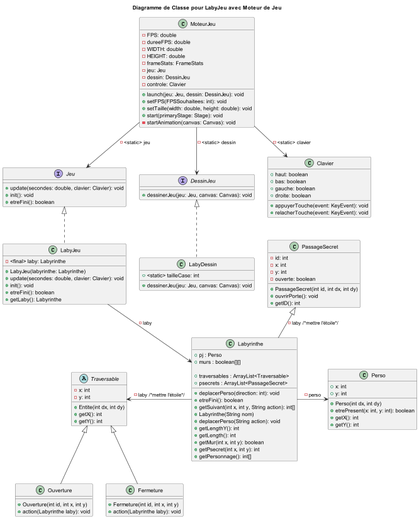
Above: documents/version_2/Fonctionnement_Diag-Diagramme_de_Classe_pour_LabyJeu_avec_Moteur_de_Jeu.png in adrienMGN/2024_Zeldiablo_mangin225u_dewasch2u_favier36u_fontaine_noel332u (PlantUML), before the change.
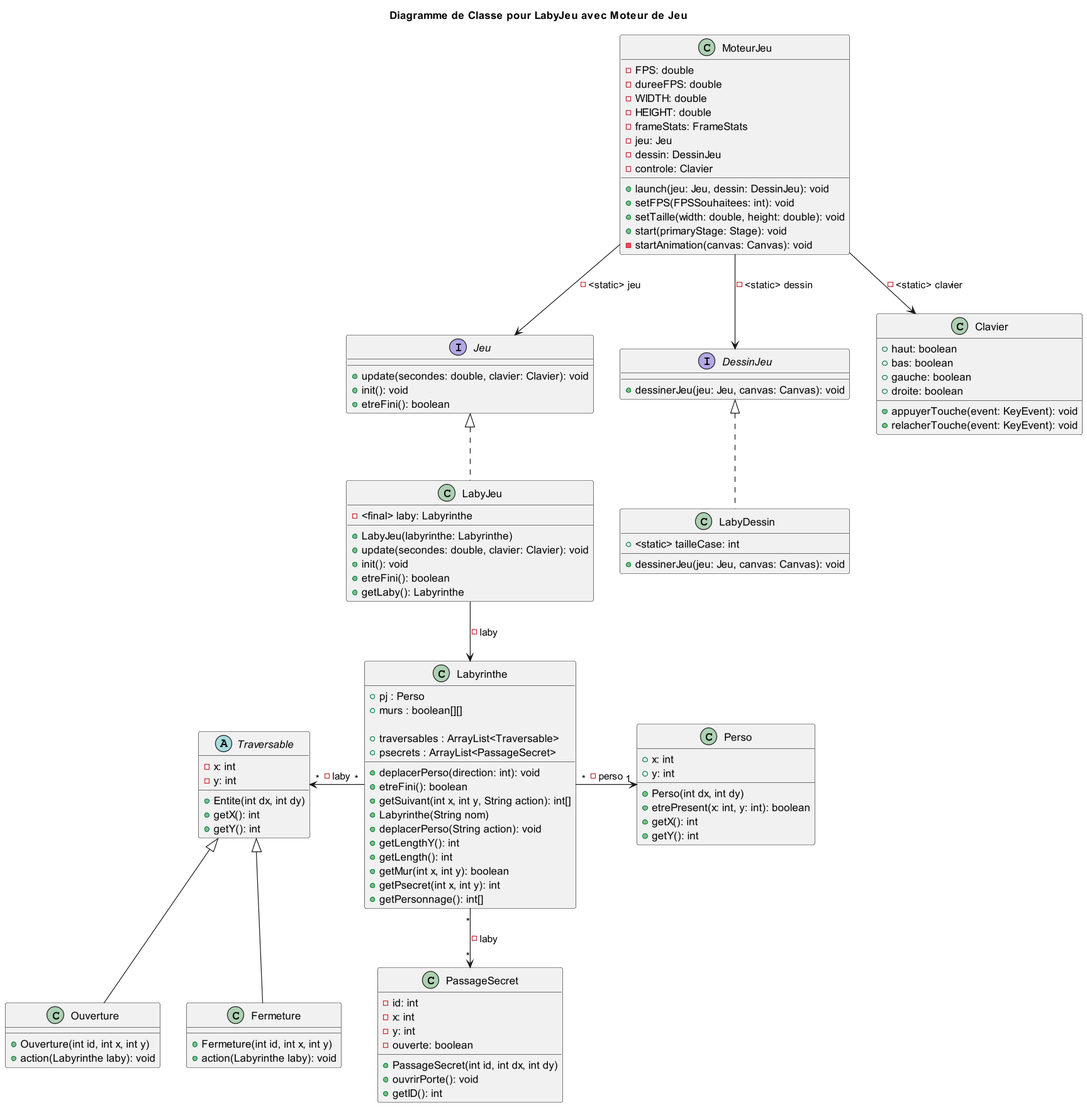
Above is the later version.

Change to the diagram source:
```diff
@@ -114,9 +114,9 @@
 MoteurJeu --> DessinJeu : -<static> dessin
 MoteurJeu --> Clavier : -<static> clavier
 DessinJeu <|.. LabyDessin
-Labyrinthe -> Perso : -perso
-PassageSecret <|-- Labyrinthe : -laby /*mettre l'étoile*/
-Traversable <- Labyrinthe : -laby /*mettre l'étoile*/
+Labyrinthe "*"->"1" Perso : -perso
+  Labyrinthe "*"-->"*" PassageSecret : -laby
+Traversable "*"<-"*" Labyrinthe : -laby
  Traversable <|-- Ouverture
  Traversable <|-- Fermeture
 
```
